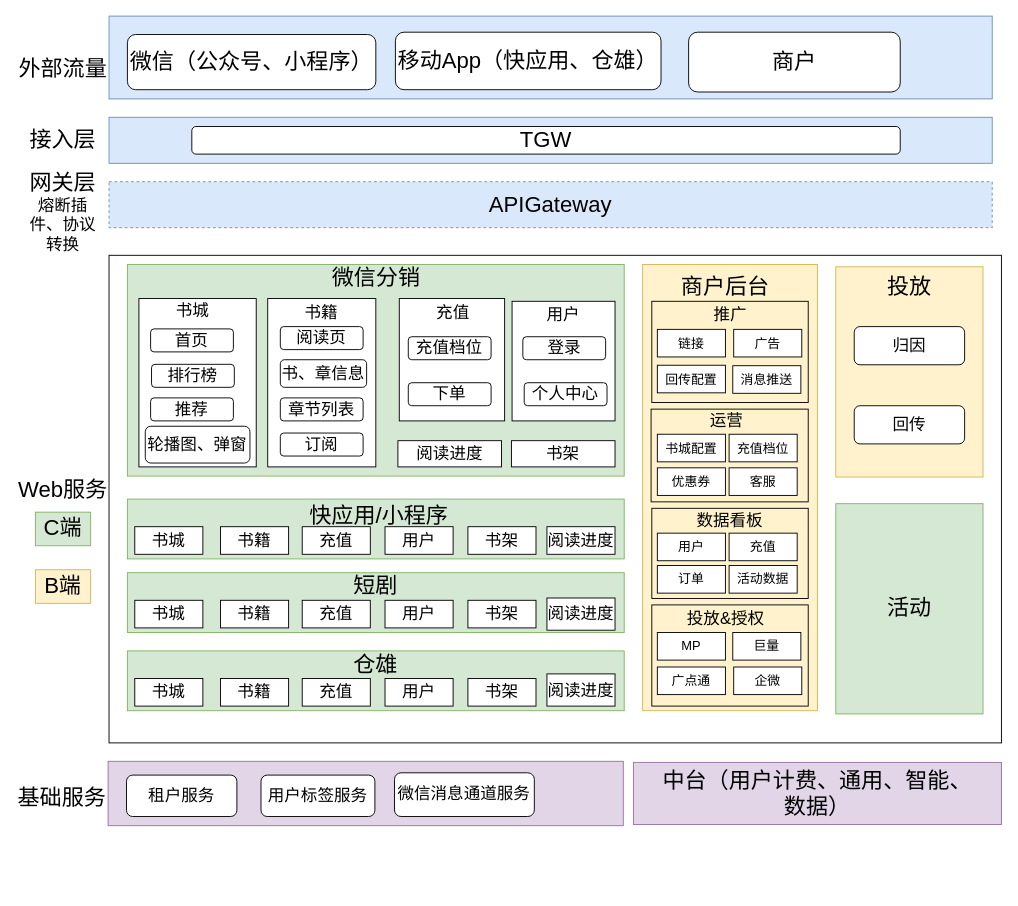
The draw.io diagram page "第 1 页" (1 of 3) of 开平服务化规划(原始版本) 的副本.drawio in qinzw/HelloWorld, before the edit. Source tidied: cells renumbered, new cells numbered last; positions are measured from the earlier drawing's top-left corner, leaving out a move shared by most shapes. Both pictures are drawn from the tidied source at 92%, with x=0, y=0 at pixel (16, 16).
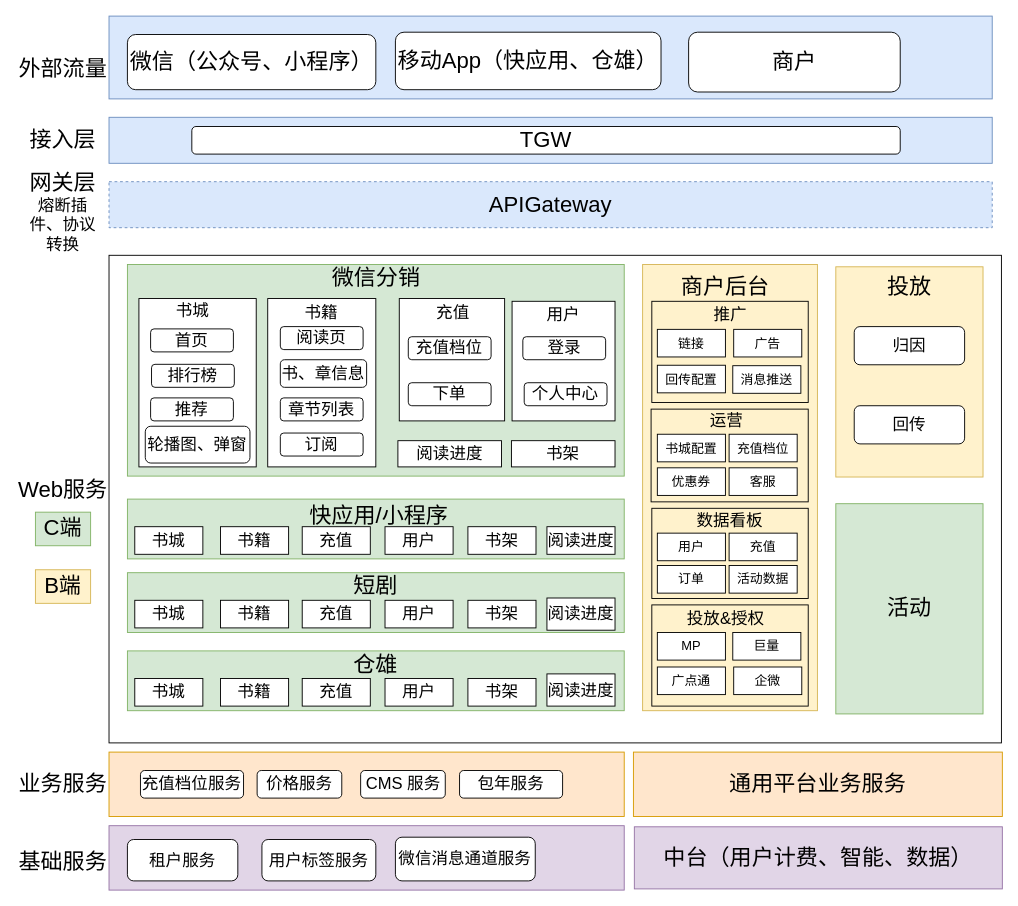
The same diagram, later.

Change to the diagram source:
```diff
@@
     <mxCell id="67" style="rounded=0;whiteSpace=wrap;html=1;fontSize=24;fillColor=#e1d5e7;strokeColor=#9673a6;" parent="1" vertex="1">
-      <mxGeometry x="100" y="810" width="560" height="70" as="geometry" />
+      <mxGeometry x="101" y="880" width="560" height="70" as="geometry" />
     </mxCell>
     <mxCell id="68" value="&lt;font style=&quot;font-size: 24px;&quot;&gt;基础服务&lt;/font&gt;" style="text;html=1;strokeColor=none;fillColor=none;align=center;verticalAlign=middle;whiteSpace=wrap;rounded=0;" parent="1" vertex="1">
-      <mxGeometry y="830" width="100" height="40" as="geometry" />
+      <mxGeometry x="1" y="900" width="100" height="40" as="geometry" />
     </mxCell>
     <mxCell id="69" value="租户服务" style="rounded=1;whiteSpace=wrap;html=1;fontSize=18;" parent="1" vertex="1">
-      <mxGeometry x="120" y="825" width="120" height="45" as="geometry" />
+      <mxGeometry x="121" y="895" width="120" height="45" as="geometry" />
     </mxCell>
     <mxCell id="70" value="用户标签服务" style="rounded=1;whiteSpace=wrap;html=1;fontSize=18;" parent="1" vertex="1">
-      <mxGeometry x="266.2" y="825" width="123.8" height="45" as="geometry" />
+      <mxGeometry x="267.2" y="895" width="123.8" height="45" as="geometry" />
     </mxCell>
     <mxCell id="71" value="微信消息通道服务" style="rounded=1;whiteSpace=wrap;html=1;fontSize=18;" parent="1" vertex="1">
-      <mxGeometry x="411.3" y="822.5" width="152" height="47.5" as="geometry" />
+      <mxGeometry x="412.3" y="892.5" width="152" height="47.5" as="geometry" />
     </mxCell>
-    <mxCell id="72" value="中台（用户计费、通用、智能、&lt;br&gt;数据）" style="rounded=0;whiteSpace=wrap;html=1;fontSize=24;fillColor=#e1d5e7;strokeColor=#9673a6;" parent="1" vertex="1">
-      <mxGeometry x="671" y="811.2" width="400" height="67.5" as="geometry" />
+    <mxCell id="72" value="中台（用户计费、智能、数据）" style="rounded=0;whiteSpace=wrap;html=1;fontSize=24;fillColor=#e1d5e7;strokeColor=#9673a6;" parent="1" vertex="1">
+      <mxGeometry x="672" y="881.2" width="400" height="67.5" as="geometry" />
     </mxCell>
@@
+    <mxCell id="101" style="rounded=0;whiteSpace=wrap;html=1;fontSize=18;fillColor=#ffe6cc;strokeColor=#d79b00;" parent="1" vertex="1">
+      <mxGeometry x="101" y="800" width="560" height="70" as="geometry" />
+    </mxCell>
+    <mxCell id="102" value="&lt;font style=&quot;font-size: 24px;&quot;&gt;业务服务&lt;/font&gt;" style="text;html=1;strokeColor=none;fillColor=none;align=center;verticalAlign=middle;whiteSpace=wrap;rounded=0;" parent="1" vertex="1">
+      <mxGeometry x="1" y="820" width="100" height="30" as="geometry" />
+    </mxCell>
+    <mxCell id="103" value="充值档位服务" style="rounded=1;whiteSpace=wrap;html=1;fontSize=18;" parent="1" vertex="1">
+      <mxGeometry x="135.2" y="820" width="112" height="30" as="geometry" />
+    </mxCell>
+    <mxCell id="104" value="包年服务" style="rounded=1;whiteSpace=wrap;html=1;fontSize=18;" parent="1" vertex="1">
+      <mxGeometry x="482" y="820" width="112" height="30" as="geometry" />
+    </mxCell>
+    <mxCell id="105" value="价格服务" style="rounded=1;whiteSpace=wrap;html=1;fontSize=18;" parent="1" vertex="1">
+      <mxGeometry x="262" y="820" width="92" height="30" as="geometry" />
+    </mxCell>
+    <mxCell id="106" value="CMS 服务" style="rounded=1;whiteSpace=wrap;html=1;fontSize=18;" parent="1" vertex="1">
+      <mxGeometry x="374.5" y="820" width="92" height="30" as="geometry" />
+    </mxCell>
+    <mxCell id="107" value="&lt;font style=&quot;font-size: 24px;&quot;&gt;通用平台业务服务&lt;/font&gt;" style="rounded=0;whiteSpace=wrap;html=1;fontSize=18;fillColor=#ffe6cc;strokeColor=#d79b00;" parent="1" vertex="1">
+      <mxGeometry x="671" y="800" width="401" height="70" as="geometry" />
+    </mxCell>
```
